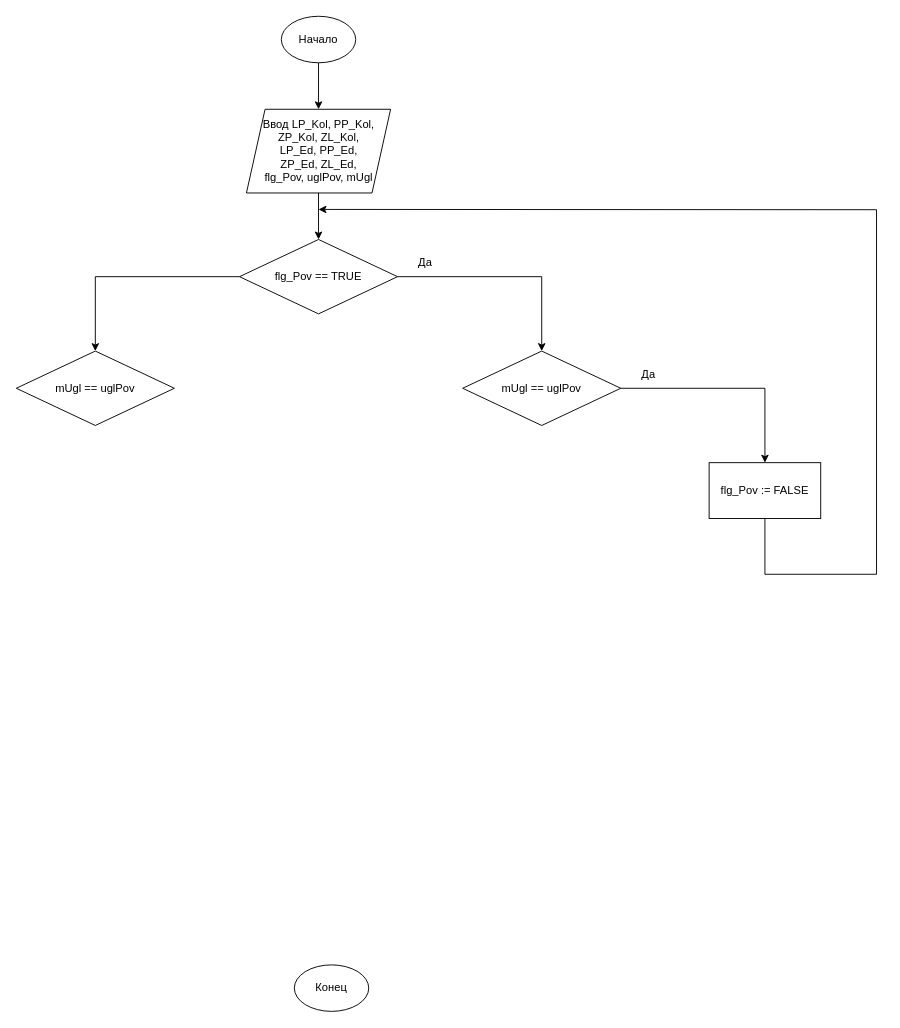
Before: Наработки/Untitled Diagram.drawio in AlexRussellGit/VKR---Russell-Alexander, a draw.io diagram. Source tidied: cells renumbered, new cells numbered last; positions are measured from the earlier drawing's top-left corner, leaving out a move shared by most shapes. Both pictures are drawn from the tidied source at 93%, with x=0, y=0 at pixel (16, 16).
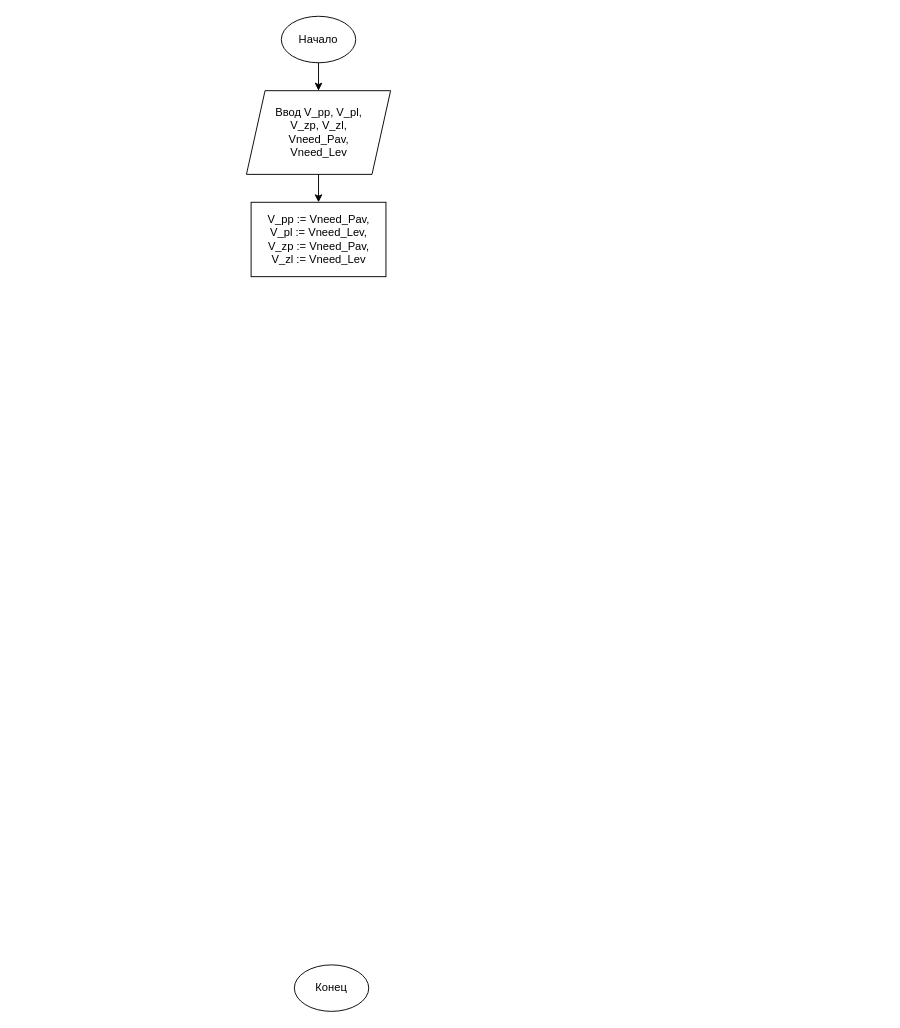
After the change.

What changed in the source:
```diff
@@
-    <mxCell id="5" value="Ввод LP_Kol, PP_Kol, ZP_Kol, ZL_Kol,&lt;br&gt;LP_Ed, PP_Ed, &lt;br&gt;ZP_Ed, ZL_Ed,&lt;br&gt;flg_Pov, uglPov, mUgl" style="shape=parallelogram;perimeter=parallelogramPerimeter;whiteSpace=wrap;html=1;fixedSize=1;" parent="1" vertex="1">
-      <mxGeometry x="247.5" y="100" width="155" height="90" as="geometry" />
+    <mxCell id="5" value="Ввод V_pp, V_pl,&lt;br&gt;V_zp, V_zl,&lt;br&gt;Vneed_Pav, &lt;br&gt;Vneed_Lev" style="shape=parallelogram;perimeter=parallelogramPerimeter;whiteSpace=wrap;html=1;fixedSize=1;" parent="1" vertex="1">
+      <mxGeometry x="247.5" y="80" width="155" height="90" as="geometry" />
     </mxCell>
-    <mxCell id="6" style="endArrow=classic;html=1;rounded=0;exitX=0.5;exitY=1;exitDx=0;exitDy=0;" parent="1" edge="1" source="5">
-      <mxGeometry relative="1" as="geometry">
-        <mxPoint x="325" y="240" as="targetPoint" />
-      </mxGeometry>
+    <mxCell id="6" style="endArrow=classic;html=1;rounded=0;exitX=0.5;exitY=1;exitDx=0;exitDy=0;entryX=0.5;entryY=0;entryDx=0;entryDy=0;" parent="1" edge="1" source="5" target="17">
+      <mxGeometry relative="1" as="geometry" />
     </mxCell>
-    <mxCell id="7" value="flg_Pov == TRUE" style="rhombus;whiteSpace=wrap;html=1;" parent="1" vertex="1">
-      <mxGeometry x="240" y="240" width="170" height="80" as="geometry" />
-    </mxCell>
-    <mxCell id="8" style="endArrow=classic;html=1;rounded=0;exitX=1;exitY=0.5;exitDx=0;exitDy=0;entryX=0.5;entryY=0;entryDx=0;entryDy=0;" parent="1" edge="1" source="7" target="10">
-      <mxGeometry relative="1" as="geometry">
-        <Array as="points">
-          <mxPoint x="565" y="280" />
-        </Array>
-      </mxGeometry>
-    </mxCell>
-    <mxCell id="9" style="endArrow=classic;html=1;rounded=0;exitX=0;exitY=0.5;exitDx=0;exitDy=0;" parent="1" edge="1" source="7">
-      <mxGeometry relative="1" as="geometry">
-        <mxPoint x="85" y="360" as="targetPoint" />
-        <Array as="points">
-          <mxPoint x="85" y="280" />
-        </Array>
-      </mxGeometry>
-    </mxCell>
-    <mxCell id="10" value="&lt;span style=&quot;&quot;&gt;mUgl ==&amp;nbsp;&lt;/span&gt;uglPov" style="rhombus;whiteSpace=wrap;html=1;" parent="1" vertex="1">
-      <mxGeometry x="480" y="360" width="170" height="80" as="geometry" />
-    </mxCell>
-    <mxCell id="11" style="endArrow=classic;html=1;rounded=0;exitX=1;exitY=0.5;exitDx=0;exitDy=0;entryX=0.5;entryY=0;entryDx=0;entryDy=0;" parent="1" edge="1" source="10" target="12">
-      <mxGeometry relative="1" as="geometry">
-        <Array as="points">
-          <mxPoint x="805" y="400" />
-        </Array>
-      </mxGeometry>
-    </mxCell>
-    <mxCell id="12" value="&lt;span style=&quot;&quot;&gt;flg_Pov := FALSE&lt;/span&gt;" style="rounded=0;whiteSpace=wrap;html=1;" parent="1" vertex="1">
-      <mxGeometry x="745" y="480" width="120" height="60" as="geometry" />
-    </mxCell>
-    <mxCell id="13" style="endArrow=classic;html=1;rounded=0;exitX=0.5;exitY=1;exitDx=0;exitDy=0;" parent="1" edge="1" source="12">
-      <mxGeometry relative="1" as="geometry">
-        <mxPoint x="325" y="207.7" as="targetPoint" />
-        <Array as="points">
-          <mxPoint x="805" y="600" />
-          <mxPoint x="925" y="600" />
-          <mxPoint x="925" y="208" />
-        </Array>
-      </mxGeometry>
-    </mxCell>
-    <mxCell id="14" value="&lt;span style=&quot;&quot;&gt;mUgl ==&amp;nbsp;&lt;/span&gt;uglPov" style="rhombus;whiteSpace=wrap;html=1;" parent="1" vertex="1">
-      <mxGeometry y="360" width="170" height="80" as="geometry" />
-    </mxCell>
-    <mxCell id="15" value="Да" style="text;html=1;strokeColor=none;fillColor=none;align=center;verticalAlign=middle;whiteSpace=wrap;rounded=0;" parent="1" vertex="1">
-      <mxGeometry x="410" y="250" width="60" height="30" as="geometry" />
-    </mxCell>
-    <mxCell id="16" value="Да" style="text;html=1;strokeColor=none;fillColor=none;align=center;verticalAlign=middle;whiteSpace=wrap;rounded=0;" parent="1" vertex="1">
-      <mxGeometry x="650" y="370" width="60" height="30" as="geometry" />
-    </mxCell>
+    <mxCell id="17" value="V_pp := Vneed_Pav,&lt;br&gt;V_pl&amp;nbsp;:= Vneed_Lev,&lt;br&gt;V_zp&amp;nbsp;:= Vneed_Pav,&lt;br&gt;V_zl := Vneed_Lev" style="rounded=0;whiteSpace=wrap;html=1;" parent="1" vertex="1">
+      <mxGeometry x="252.5" y="200" width="145" height="80" as="geometry" />
+    </mxCell>
```
